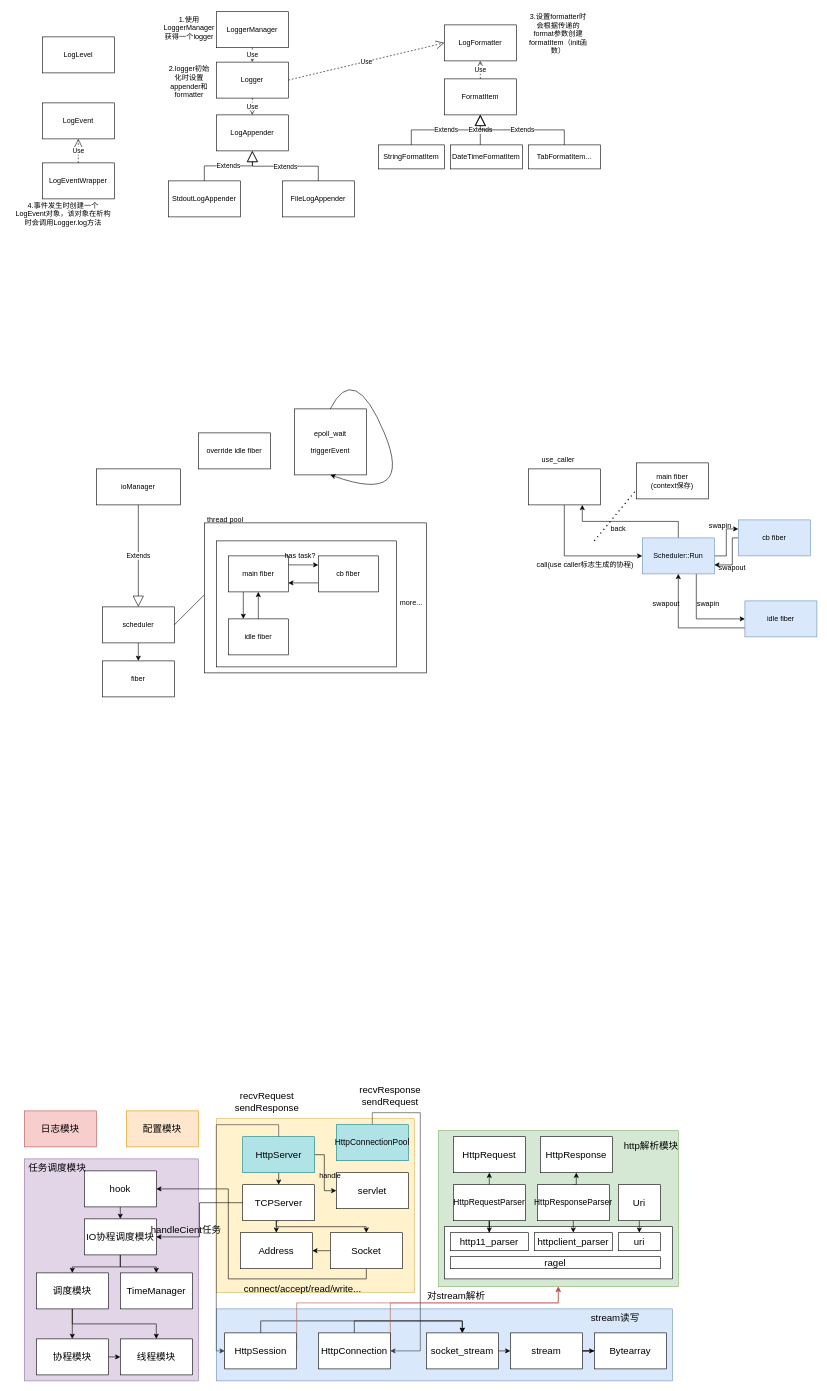
The draw.io diagram sylar.drawio in ksd11/charts, before the edit. Source tidied: cells renumbered, new cells numbered last; positions are measured from the earlier drawing's top-left corner, leaving out a move shared by most shapes. Both pictures are drawn from the tidied source at 60%, with x=0, y=0 at pixel (12, 11).
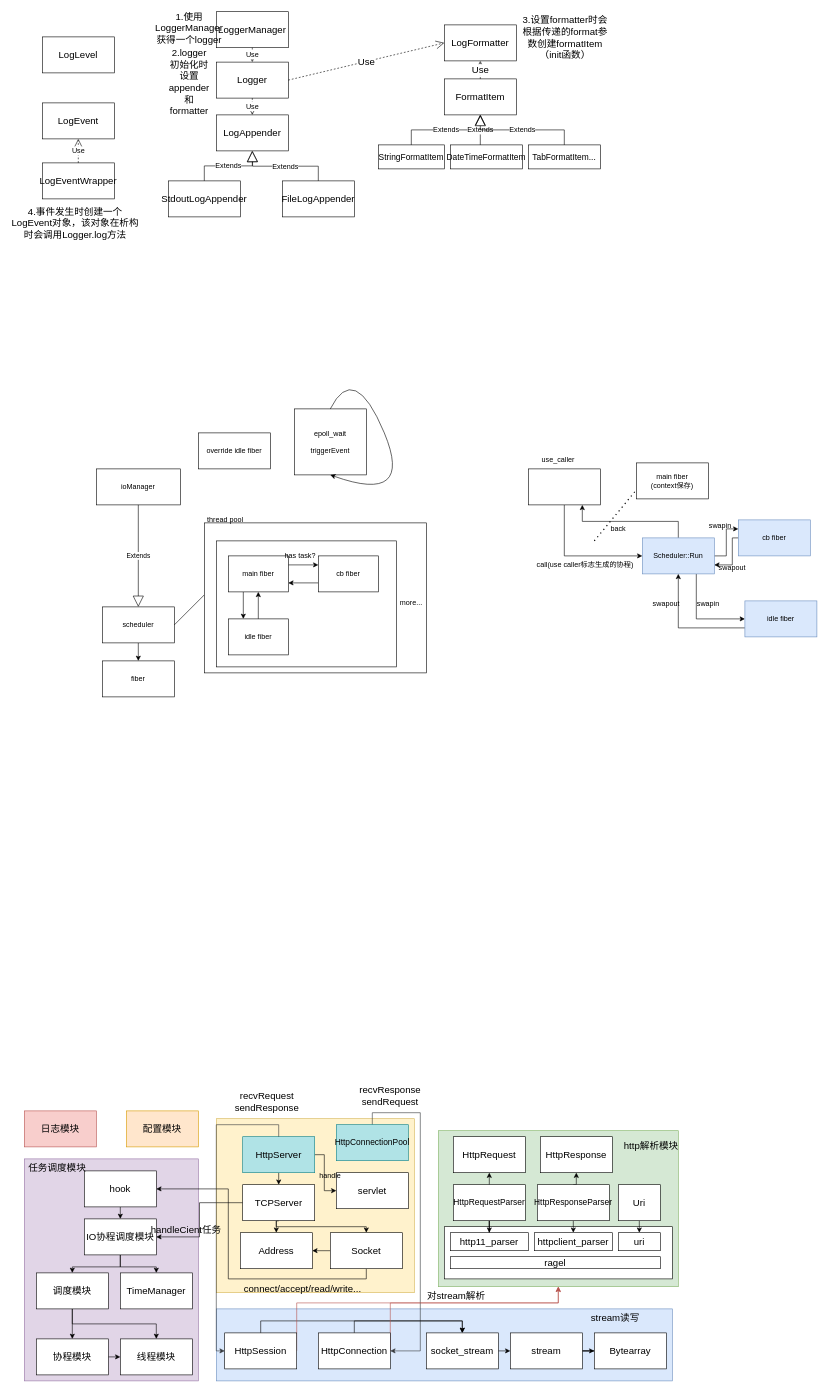
The same diagram, later.

The edit, as a diff of the source:
```diff
@@
-    <mxCell id="7" value="LogLevel" style="rounded=0;whiteSpace=wrap;html=1;" parent="1" vertex="1">
+    <mxCell id="7" value="LogLevel" style="rounded=0;whiteSpace=wrap;html=1;fontSize=16;" parent="1" vertex="1">
       <mxGeometry x="50" y="42" width="120" height="60" as="geometry" />
     </mxCell>
-    <mxCell id="8" value="Logger" style="rounded=0;whiteSpace=wrap;html=1;" parent="1" vertex="1">
+    <mxCell id="8" value="Logger" style="rounded=0;whiteSpace=wrap;html=1;fontSize=16;" parent="1" vertex="1">
       <mxGeometry x="340" y="84" width="120" height="60" as="geometry" />
     </mxCell>
-    <mxCell id="9" value="LogEvent" style="rounded=0;whiteSpace=wrap;html=1;" parent="1" vertex="1">
+    <mxCell id="9" value="LogEvent" style="rounded=0;whiteSpace=wrap;html=1;fontSize=16;" parent="1" vertex="1">
       <mxGeometry x="50" y="152" width="120" height="60" as="geometry" />
     </mxCell>
-    <mxCell id="10" value="LogEventWrapper" style="rounded=0;whiteSpace=wrap;html=1;" parent="1" vertex="1">
+    <mxCell id="10" value="LogEventWrapper" style="rounded=0;whiteSpace=wrap;html=1;fontSize=16;" parent="1" vertex="1">
       <mxGeometry x="50" y="252" width="120" height="60" as="geometry" />
     </mxCell>
-    <mxCell id="11" value="LogFormatter" style="rounded=0;whiteSpace=wrap;html=1;" parent="1" vertex="1">
+    <mxCell id="11" value="LogFormatter" style="rounded=0;whiteSpace=wrap;html=1;fontSize=16;" parent="1" vertex="1">
       <mxGeometry x="720" y="22" width="120" height="60" as="geometry" />
     </mxCell>
-    <mxCell id="12" value="FormatItem" style="rounded=0;whiteSpace=wrap;html=1;" parent="1" vertex="1">
+    <mxCell id="12" value="FormatItem" style="rounded=0;whiteSpace=wrap;html=1;fontSize=16;" parent="1" vertex="1">
       <mxGeometry x="720" y="112" width="120" height="60" as="geometry" />
     </mxCell>
-    <mxCell id="13" value="LogAppender" style="rounded=0;whiteSpace=wrap;html=1;" parent="1" vertex="1">
+    <mxCell id="13" value="LogAppender" style="rounded=0;whiteSpace=wrap;html=1;fontSize=16;" parent="1" vertex="1">
       <mxGeometry x="340" y="172" width="120" height="60" as="geometry" />
     </mxCell>
-    <mxCell id="14" value="StdoutLogAppender" style="rounded=0;whiteSpace=wrap;html=1;" parent="1" vertex="1">
+    <mxCell id="14" value="StdoutLogAppender" style="rounded=0;whiteSpace=wrap;html=1;fontSize=16;" parent="1" vertex="1">
       <mxGeometry x="260" y="282" width="120" height="60" as="geometry" />
     </mxCell>
-    <mxCell id="15" value="FileLogAppender" style="rounded=0;whiteSpace=wrap;html=1;" parent="1" vertex="1">
+    <mxCell id="15" value="FileLogAppender" style="rounded=0;whiteSpace=wrap;html=1;fontSize=16;" parent="1" vertex="1">
       <mxGeometry x="450" y="282" width="120" height="60" as="geometry" />
     </mxCell>
-    <mxCell id="16" value="Extends" style="endArrow=block;endSize=16;endFill=0;html=1;rounded=0;entryX=0.5;entryY=1;entryDx=0;entryDy=0;exitX=0.5;exitY=0;exitDx=0;exitDy=0;edgeStyle=orthogonalEdgeStyle;" parent="1" edge="1" source="14" target="13">
+    <mxCell id="16" value="Extends" style="endArrow=block;endSize=16;endFill=0;html=1;rounded=0;entryX=0.5;entryY=1;entryDx=0;entryDy=0;exitX=0.5;exitY=0;exitDx=0;exitDy=0;edgeStyle=orthogonalEdgeStyle;fontSize=12;" parent="1" edge="1" source="14" target="13">
       <mxGeometry relative="1" as="geometry" />
     </mxCell>
-    <mxCell id="17" value="Extends" style="endArrow=block;endSize=16;endFill=0;html=1;rounded=0;exitX=0.5;exitY=0;exitDx=0;exitDy=0;edgeStyle=orthogonalEdgeStyle;" parent="1" edge="1" source="15">
+    <mxCell id="17" value="Extends" style="endArrow=block;endSize=16;endFill=0;html=1;rounded=0;exitX=0.5;exitY=0;exitDx=0;exitDy=0;edgeStyle=orthogonalEdgeStyle;fontSize=12;" parent="1" edge="1" source="15">
       <mxGeometry relative="1" as="geometry">
         <mxPoint x="400" y="232" as="targetPoint" />
       </mxGeometry>
     </mxCell>
-    <mxCell id="18" value="LoggerManager" style="rounded=0;whiteSpace=wrap;html=1;" parent="1" vertex="1">
+    <mxCell id="18" value="LoggerManager" style="rounded=0;whiteSpace=wrap;html=1;fontSize=16;" parent="1" vertex="1">
       <mxGeometry x="340" width="120" height="60" as="geometry" />
     </mxCell>
-    <mxCell id="19" value="Use" style="endArrow=open;endSize=12;dashed=1;html=1;rounded=0;entryX=0.5;entryY=0;entryDx=0;entryDy=0;exitX=0.5;exitY=1;exitDx=0;exitDy=0;" parent="1" edge="1" source="18" target="8">
+    <mxCell id="19" value="Use" style="endArrow=open;endSize=12;dashed=1;html=1;rounded=0;entryX=0.5;entryY=0;entryDx=0;entryDy=0;exitX=0.5;exitY=1;exitDx=0;exitDy=0;fontSize=12;" parent="1" edge="1" source="18" target="8">
       <mxGeometry relative="1" as="geometry" />
     </mxCell>
-    <mxCell id="20" value="Use" style="endArrow=open;endSize=12;dashed=1;html=1;rounded=0;entryX=0.5;entryY=1;entryDx=0;entryDy=0;exitX=0.5;exitY=0;exitDx=0;exitDy=0;" parent="1" edge="1" source="10" target="9">
+    <mxCell id="20" value="Use" style="endArrow=open;endSize=12;dashed=1;html=1;rounded=0;entryX=0.5;entryY=1;entryDx=0;entryDy=0;exitX=0.5;exitY=0;exitDx=0;exitDy=0;fontSize=12;" parent="1" edge="1" source="10" target="9">
       <mxGeometry relative="1" as="geometry" />
     </mxCell>
-    <mxCell id="21" value="Use" style="endArrow=open;endSize=12;dashed=1;html=1;rounded=0;entryX=0.5;entryY=1;entryDx=0;entryDy=0;exitX=0.5;exitY=0;exitDx=0;exitDy=0;" parent="1" edge="1" source="12" target="11">
+    <mxCell id="21" value="Use" style="endArrow=open;endSize=12;dashed=1;html=1;rounded=0;entryX=0.5;entryY=1;entryDx=0;entryDy=0;exitX=0.5;exitY=0;exitDx=0;exitDy=0;fontSize=16;" parent="1" edge="1" source="12" target="11">
       <mxGeometry relative="1" as="geometry" />
     </mxCell>
-    <mxCell id="22" value="StringFormatItem" style="rounded=0;whiteSpace=wrap;html=1;" parent="1" vertex="1">
+    <mxCell id="22" value="StringFormatItem" style="rounded=0;whiteSpace=wrap;html=1;fontSize=14;" parent="1" vertex="1">
       <mxGeometry x="610" y="222" width="110" height="40" as="geometry" />
     </mxCell>
-    <mxCell id="23" value="DateTimeFormatItem" style="rounded=0;whiteSpace=wrap;html=1;" parent="1" vertex="1">
+    <mxCell id="23" value="DateTimeFormatItem" style="rounded=0;whiteSpace=wrap;html=1;fontSize=14;" parent="1" vertex="1">
       <mxGeometry x="730" y="222" width="120" height="40" as="geometry" />
     </mxCell>
-    <mxCell id="24" value="TabFormatItem..." style="rounded=0;whiteSpace=wrap;html=1;" parent="1" vertex="1">
+    <mxCell id="24" value="TabFormatItem..." style="rounded=0;whiteSpace=wrap;html=1;fontSize=14;" parent="1" vertex="1">
       <mxGeometry x="860" y="222" width="120" height="40" as="geometry" />
     </mxCell>
-    <mxCell id="25" value="Extends" style="endArrow=block;endSize=16;endFill=0;html=1;rounded=0;entryX=0.5;entryY=1;entryDx=0;entryDy=0;exitX=0.5;exitY=0;exitDx=0;exitDy=0;edgeStyle=orthogonalEdgeStyle;" parent="1" edge="1" source="22" target="12">
+    <mxCell id="25" value="Extends" style="endArrow=block;endSize=16;endFill=0;html=1;rounded=0;entryX=0.5;entryY=1;entryDx=0;entryDy=0;exitX=0.5;exitY=0;exitDx=0;exitDy=0;edgeStyle=orthogonalEdgeStyle;fontSize=12;" parent="1" edge="1" source="22" target="12">
       <mxGeometry relative="1" as="geometry" />
     </mxCell>
-    <mxCell id="26" value="Extends" style="endArrow=block;endSize=16;endFill=0;html=1;rounded=0;entryX=0.5;entryY=1;entryDx=0;entryDy=0;" parent="1" edge="1" target="12">
+    <mxCell id="26" value="Extends" style="endArrow=block;endSize=16;endFill=0;html=1;rounded=0;entryX=0.5;entryY=1;entryDx=0;entryDy=0;fontSize=12;" parent="1" edge="1" target="12">
       <mxGeometry relative="1" as="geometry">
         <mxPoint x="780" y="222" as="sourcePoint" />
       </mxGeometry>
     </mxCell>
-    <mxCell id="27" value="Extends" style="endArrow=block;endSize=16;endFill=0;html=1;rounded=0;entryX=0.5;entryY=1;entryDx=0;entryDy=0;exitX=0.5;exitY=0;exitDx=0;exitDy=0;edgeStyle=orthogonalEdgeStyle;" parent="1" edge="1" source="24" target="12">
+    <mxCell id="27" value="Extends" style="endArrow=block;endSize=16;endFill=0;html=1;rounded=0;entryX=0.5;entryY=1;entryDx=0;entryDy=0;exitX=0.5;exitY=0;exitDx=0;exitDy=0;edgeStyle=orthogonalEdgeStyle;fontSize=12;" parent="1" edge="1" source="24" target="12">
       <mxGeometry relative="1" as="geometry" />
     </mxCell>
-    <mxCell id="28" value="Use" style="endArrow=open;endSize=12;dashed=1;html=1;rounded=0;exitX=1;exitY=0.5;exitDx=0;exitDy=0;entryX=0;entryY=0.5;entryDx=0;entryDy=0;" parent="1" edge="1" source="8" target="11">
+    <mxCell id="28" value="Use" style="endArrow=open;endSize=12;dashed=1;html=1;rounded=0;exitX=1;exitY=0.5;exitDx=0;exitDy=0;entryX=0;entryY=0.5;entryDx=0;entryDy=0;fontSize=16;" parent="1" edge="1" source="8" target="11">
       <mxGeometry relative="1" as="geometry" />
     </mxCell>
-    <mxCell id="29" value="Use" style="endArrow=open;endSize=12;dashed=1;html=1;rounded=0;exitX=0.5;exitY=1;exitDx=0;exitDy=0;" parent="1" edge="1" source="8" target="13">
+    <mxCell id="29" value="Use" style="endArrow=open;endSize=12;dashed=1;html=1;rounded=0;exitX=0.5;exitY=1;exitDx=0;exitDy=0;fontSize=12;" parent="1" edge="1" source="8" target="13">
       <mxGeometry relative="1" as="geometry" />
     </mxCell>
-    <mxCell id="30" value="1.使用LoggerManager获得一个logger" style="text;html=1;align=center;verticalAlign=middle;whiteSpace=wrap;rounded=0;" parent="1" vertex="1">
+    <mxCell id="30" value="1.使用LoggerManager获得一个logger" style="text;html=1;align=center;verticalAlign=middle;whiteSpace=wrap;rounded=0;fontSize=16;" parent="1" vertex="1">
       <mxGeometry x="260" y="12" width="70" height="30" as="geometry" />
     </mxCell>
-    <mxCell id="31" value="2.logger初始化时设置appender和formatter" style="text;html=1;align=center;verticalAlign=middle;whiteSpace=wrap;rounded=0;" parent="1" vertex="1">
+    <mxCell id="31" value="2.logger初始化时设置appender和formatter" style="text;html=1;align=center;verticalAlign=middle;whiteSpace=wrap;rounded=0;fontSize=16;" parent="1" vertex="1">
       <mxGeometry x="260" y="102" width="70" height="30" as="geometry" />
     </mxCell>
-    <mxCell id="32" value="3.设置formatter时会根据传递的format参数创建formatItem（init函数）" style="text;html=1;align=center;verticalAlign=middle;whiteSpace=wrap;rounded=0;" parent="1" vertex="1">
-      <mxGeometry x="860" y="22" width="100" height="30" as="geometry" />
+    <mxCell id="32" value="3.设置formatter时会根据传递的format参数创建formatItem（init函数）" style="text;html=1;align=center;verticalAlign=middle;whiteSpace=wrap;rounded=0;fontSize=16;" parent="1" vertex="1">
+      <mxGeometry x="848" y="28" width="147" height="30" as="geometry" />
     </mxCell>
-    <mxCell id="33" value="4.事件发生时创建一个LogEvent对象，该对象在析构时会调用Logger.log方法" style="text;html=1;align=center;verticalAlign=middle;whiteSpace=wrap;rounded=0;" parent="1" vertex="1">
-      <mxGeometry y="322" width="170" height="30" as="geometry" />
+    <mxCell id="33" value="4.事件发生时创建一个LogEvent对象，该对象在析构时会调用Logger.log方法" style="text;html=1;align=center;verticalAlign=middle;whiteSpace=wrap;rounded=0;fontSize=16;" parent="1" vertex="1">
+      <mxGeometry x="-3" y="337" width="216" height="30" as="geometry" />
     </mxCell>
```
